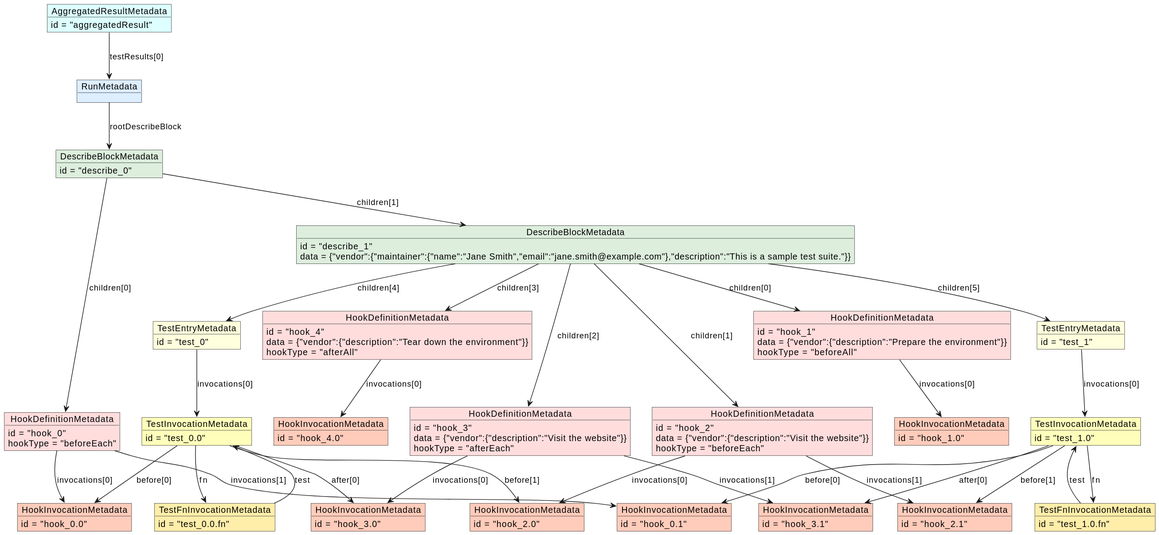
Earlier version of the PlantUML export docs/images/diagram.svg (wix-incubator/jest-metadata). The source it was exported from:
```plantuml
@startuml
object "AggregatedResultMetadata" as aggregated_result #dff
aggregated_result : id = "aggregatedResult"
object "RunMetadata" as tests_hook_nesting_js #def
object "DescribeBlockMetadata" as tests_hook_nesting_js_describe_0 #ded
tests_hook_nesting_js_describe_0 : id = "describe_0"
object "HookDefinitionMetadata" as tests_hook_nesting_js_hook_0 #fdd
tests_hook_nesting_js_hook_0 : id = "hook_0"
tests_hook_nesting_js_hook_0 : hookType = "beforeEach"
object "DescribeBlockMetadata" as tests_hook_nesting_js_describe_1 #ded
tests_hook_nesting_js_describe_1 : id = "describe_1"
tests_hook_nesting_js_describe_1 : data = {"vendor":{"maintainer":{"name":"Jane Smith","email":"jane.smith@example.com"},"description":"This is a sample test suite."}}
object "HookDefinitionMetadata" as tests_hook_nesting_js_hook_1 #fdd
tests_hook_nesting_js_hook_1 : id = "hook_1"
tests_hook_nesting_js_hook_1 : data = {"vendor":{"description":"Prepare the environment"}}
tests_hook_nesting_js_hook_1 : hookType = "beforeAll"
object "HookDefinitionMetadata" as tests_hook_nesting_js_hook_2 #fdd
tests_hook_nesting_js_hook_2 : id = "hook_2"
tests_hook_nesting_js_hook_2 : data = {"vendor":{"description":"Visit the website"}}
tests_hook_nesting_js_hook_2 : hookType = "beforeEach"
object "HookDefinitionMetadata" as tests_hook_nesting_js_hook_3 #fdd
tests_hook_nesting_js_hook_3 : id = "hook_3"
tests_hook_nesting_js_hook_3 : data = {"vendor":{"description":"Visit the website"}}
tests_hook_nesting_js_hook_3 : hookType = "afterEach"
object "HookDefinitionMetadata" as tests_hook_nesting_js_hook_4 #fdd
tests_hook_nesting_js_hook_4 : id = "hook_4"
tests_hook_nesting_js_hook_4 : data = {"vendor":{"description":"Tear down the environment"}}
tests_hook_nesting_js_hook_4 : hookType = "afterAll"
object "TestEntryMetadata" as tests_hook_nesting_js_test_0 #ffd
tests_hook_nesting_js_test_0 : id = "test_0"
object "TestEntryMetadata" as tests_hook_nesting_js_test_1 #ffd
tests_hook_nesting_js_test_1 : id = "test_1"
object "HookInvocationMetadata" as tests_hook_nesting_js_hook_1_0 #fcb
tests_hook_nesting_js_hook_1_0 : id = "hook_1.0"
object "TestInvocationMetadata" as tests_hook_nesting_js_test_0_0 #ffb
tests_hook_nesting_js_test_0_0 : id = "test_0.0"
object "HookInvocationMetadata" as tests_hook_nesting_js_hook_0_0 #fcb
tests_hook_nesting_js_hook_0_0 : id = "hook_0.0"
object "HookInvocationMetadata" as tests_hook_nesting_js_hook_2_0 #fcb
tests_hook_nesting_js_hook_2_0 : id = "hook_2.0"
object "TestFnInvocationMetadata" as tests_hook_nesting_js_test_0_0_fn #fea
tests_hook_nesting_js_test_0_0_fn : id = "test_0.0.fn"
object "HookInvocationMetadata" as tests_hook_nesting_js_hook_3_0 #fcb
tests_hook_nesting_js_hook_3_0 : id = "hook_3.0"
object "TestInvocationMetadata" as tests_hook_nesting_js_test_1_0 #ffb
tests_hook_nesting_js_test_1_0 : id = "test_1.0"
object "HookInvocationMetadata" as tests_hook_nesting_js_hook_0_1 #fcb
tests_hook_nesting_js_hook_0_1 : id = "hook_0.1"
object "HookInvocationMetadata" as tests_hook_nesting_js_hook_2_1 #fcb
tests_hook_nesting_js_hook_2_1 : id = "hook_2.1"
object "TestFnInvocationMetadata" as tests_hook_nesting_js_test_1_0_fn #fea
tests_hook_nesting_js_test_1_0_fn : id = "test_1.0.fn"
object "HookInvocationMetadata" as tests_hook_nesting_js_hook_3_1 #fcb
tests_hook_nesting_js_hook_3_1 : id = "hook_3.1"
object "HookInvocationMetadata" as tests_hook_nesting_js_hook_4_0 #fcb
tests_hook_nesting_js_hook_4_0 : id = "hook_4.0"
aggregated_result --> tests_hook_nesting_js : testResults[0]
tests_hook_nesting_js --> tests_hook_nesting_js_describe_0 : rootDescribeBlock
tests_hook_nesting_js_describe_0 --> tests_hook_nesting_js_hook_0 : children[0]
tests_hook_nesting_js_describe_0 --> tests_hook_nesting_js_describe_1 : children[1]
tests_hook_nesting_js_hook_0 --> tests_hook_nesting_js_hook_0_0 : invocations[0]
tests_hook_nesting_js_hook_0 --> tests_hook_nesting_js_hook_0_1 : invocations[1]
tests_hook_nesting_js_describe_1 --> tests_hook_nesting_js_hook_1 : children[0]
tests_hook_nesting_js_describe_1 --> tests_hook_nesting_js_hook_2 : children[1]
tests_hook_nesting_js_describe_1 --> tests_hook_nesting_js_hook_3 : children[2]
tests_hook_nesting_js_describe_1 --> tests_hook_nesting_js_hook_4 : children[3]
tests_hook_nesting_js_describe_1 --> tests_hook_nesting_js_test_0 : children[4]
tests_hook_nesting_js_describe_1 --> tests_hook_nesting_js_test_1 : children[5]
tests_hook_nesting_js_hook_1 --> tests_hook_nesting_js_hook_1_0 : invocations[0]
tests_hook_nesting_js_hook_2 --> tests_hook_nesting_js_hook_2_0 : invocations[0]
tests_hook_nesting_js_hook_2 --> tests_hook_nesting_js_hook_2_1 : invocations[1]
tests_hook_nesting_js_hook_3 --> tests_hook_nesting_js_hook_3_0 : invocations[0]
tests_hook_nesting_js_hook_3 --> tests_hook_nesting_js_hook_3_1 : invocations[1]
tests_hook_nesting_js_hook_4 --> tests_hook_nesting_js_hook_4_0 : invocations[0]
tests_hook_nesting_js_test_0 --> tests_hook_nesting_js_test_0_0 : invocations[0]
tests_hook_nesting_js_test_1 --> tests_hook_nesting_js_test_1_0 : invocations[0]
tests_hook_nesting_js_test_0_0 --> tests_hook_nesting_js_hook_0_0 : before[0]
tests_hook_nesting_js_test_0_0 --> tests_hook_nesting_js_hook_2_0 : before[1]
tests_hook_nesting_js_test_0_0 --> tests_hook_nesting_js_test_0_0_fn : fn
tests_hook_nesting_js_test_0_0 --> tests_hook_nesting_js_hook_3_0 : after[0]
tests_hook_nesting_js_test_0_0_fn --> tests_hook_nesting_js_test_0_0 : test
tests_hook_nesting_js_test_1_0 --> tests_hook_nesting_js_hook_0_1 : before[0]
tests_hook_nesting_js_test_1_0 --> tests_hook_nesting_js_hook_2_1 : before[1]
tests_hook_nesting_js_test_1_0 --> tests_hook_nesting_js_test_1_0_fn : fn
tests_hook_nesting_js_test_1_0 --> tests_hook_nesting_js_hook_3_1 : after[0]
tests_hook_nesting_js_test_1_0_fn --> tests_hook_nesting_js_test_1_0 : test
@enduml
```
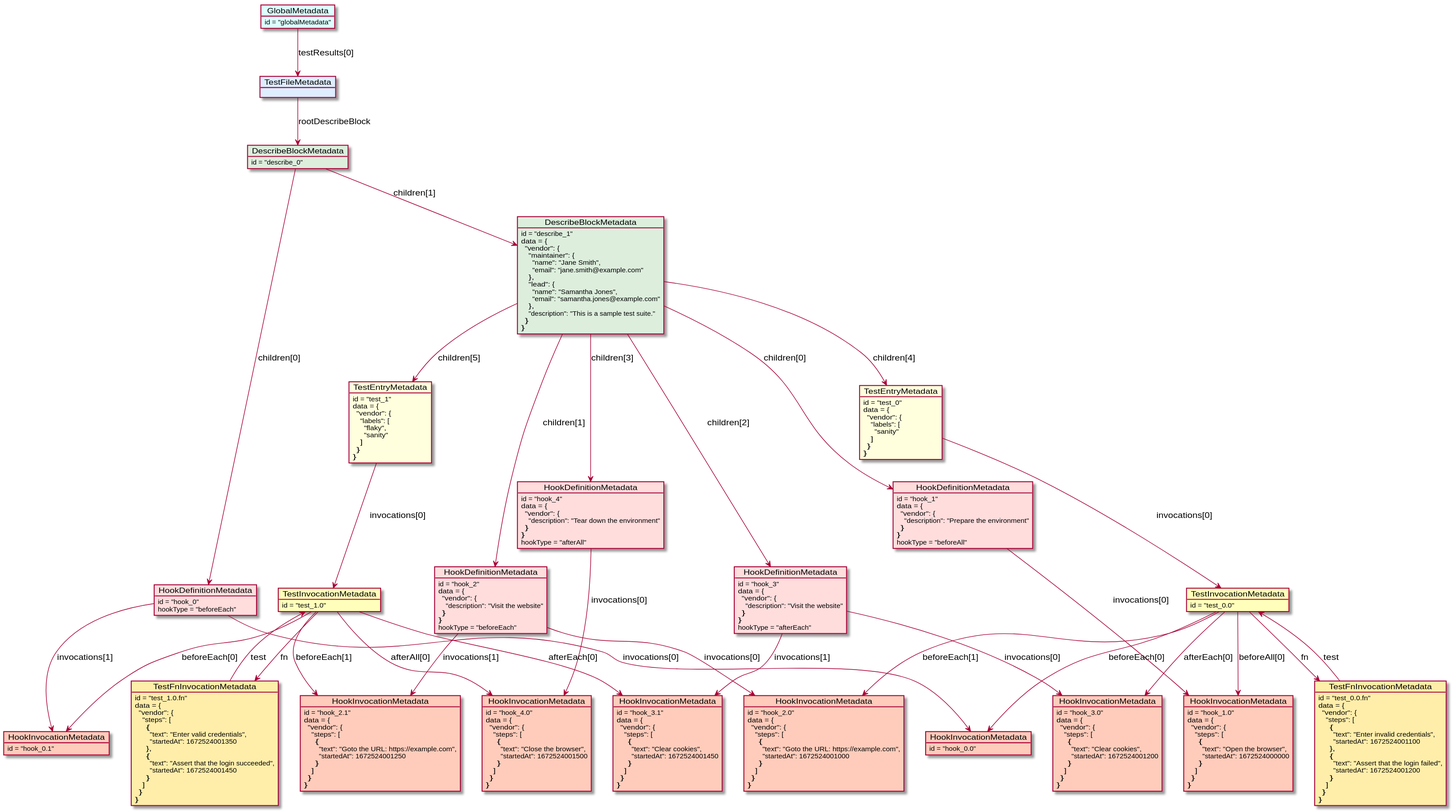
Later version of the same file.

The edit, as a diff of the source:
```diff
@@ -1,7 +1,8 @@
 @startuml
-object "AggregatedResultMetadata" as aggregated_result #dff
-aggregated_result : id = "aggregatedResult"
-object "RunMetadata" as tests_hook_nesting_js #def
+
+object "GlobalMetadata" as global_metadata #dff
+global_metadata : id = "globalMetadata"
+object "TestFileMetadata" as tests_hook_nesting_js #def
 object "DescribeBlockMetadata" as tests_hook_nesting_js_describe_0 #ded
 tests_hook_nesting_js_describe_0 : id = "describe_0"
 object "HookDefinitionMetadata" as tests_hook_nesting_js_hook_0 #fdd
@@ -9,52 +10,62 @@
 tests_hook_nesting_js_hook_0 : hookType = "beforeEach"
 object "DescribeBlockMetadata" as tests_hook_nesting_js_describe_1 #ded
 tests_hook_nesting_js_describe_1 : id = "describe_1"
-tests_hook_nesting_js_describe_1 : data = {"vendor":{"maintainer":{"name":"Jane Smith","email":"jane.smith@example.com"},"description":"This is a sample test suite."}}
+tests_hook_nesting_js_describe_1 : data = {\n  "vendor": {\n    "maintainer": {\n      "name": "Jane Smith",\n      "email": "jane.smith@example.com"\n    },\n    "lead": {\n      "name": "Samantha Jones",\n      "email": "samantha.jones@example.com"\n    },\n    "description": "This is a sample test suite."\n  }\n}
 object "HookDefinitionMetadata" as tests_hook_nesting_js_hook_1 #fdd
 tests_hook_nesting_js_hook_1 : id = "hook_1"
-tests_hook_nesting_js_hook_1 : data = {"vendor":{"description":"Prepare the environment"}}
+tests_hook_nesting_js_hook_1 : data = {\n  "vendor": {\n    "description": "Prepare the environment"\n  }\n}
 tests_hook_nesting_js_hook_1 : hookType = "beforeAll"
 object "HookDefinitionMetadata" as tests_hook_nesting_js_hook_2 #fdd
 tests_hook_nesting_js_hook_2 : id = "hook_2"
-tests_hook_nesting_js_hook_2 : data = {"vendor":{"description":"Visit the website"}}
+tests_hook_nesting_js_hook_2 : data = {\n  "vendor": {\n    "description": "Visit the website"\n  }\n}
 tests_hook_nesting_js_hook_2 : hookType = "beforeEach"
 object "HookDefinitionMetadata" as tests_hook_nesting_js_hook_3 #fdd
 tests_hook_nesting_js_hook_3 : id = "hook_3"
-tests_hook_nesting_js_hook_3 : data = {"vendor":{"description":"Visit the website"}}
+tests_hook_nesting_js_hook_3 : data = {\n  "vendor": {\n    "description": "Visit the website"\n  }\n}
 tests_hook_nesting_js_hook_3 : hookType = "afterEach"
 object "HookDefinitionMetadata" as tests_hook_nesting_js_hook_4 #fdd
 tests_hook_nesting_js_hook_4 : id = "hook_4"
-tests_hook_nesting_js_hook_4 : data = {"vendor":{"description":"Tear down the environment"}}
+tests_hook_nesting_js_hook_4 : data = {\n  "vendor": {\n    "description": "Tear down the environment"\n  }\n}
 tests_hook_nesting_js_hook_4 : hookType = "afterAll"
 object "TestEntryMetadata" as tests_hook_nesting_js_test_0 #ffd
 tests_hook_nesting_js_test_0 : id = "test_0"
+tests_hook_nesting_js_test_0 : data = {\n  "vendor": {\n    "labels": [\n      "sanity"\n    ]\n  }\n}
 object "TestEntryMetadata" as tests_hook_nesting_js_test_1 #ffd
 tests_hook_nesting_js_test_1 : id = "test_1"
+tests_hook_nesting_js_test_1 : data = {\n  "vendor": {\n    "labels": [\n      "flaky",\n      "sanity"\n    ]\n  }\n}
 object "HookInvocationMetadata" as tests_hook_nesting_js_hook_1_0 #fcb
 tests_hook_nesting_js_hook_1_0 : id = "hook_1.0"
+tests_hook_nesting_js_hook_1_0 : data = {\n  "vendor": {\n    "steps": [\n      {\n        "text": "Open the browser",\n        "startedAt": 1672524000000\n      }\n    ]\n  }\n}
 object "TestInvocationMetadata" as tests_hook_nesting_js_test_0_0 #ffb
 tests_hook_nesting_js_test_0_0 : id = "test_0.0"
 object "HookInvocationMetadata" as tests_hook_nesting_js_hook_0_0 #fcb
 tests_hook_nesting_js_hook_0_0 : id = "hook_0.0"
 object "HookInvocationMetadata" as tests_hook_nesting_js_hook_2_0 #fcb
 tests_hook_nesting_js_hook_2_0 : id = "hook_2.0"
+tests_hook_nesting_js_hook_2_0 : data = {\n  "vendor": {\n    "steps": [\n      {\n        "text": "Goto the URL: https://example.com",\n        "startedAt": 1672524001000\n      }\n    ]\n  }\n}
 object "TestFnInvocationMetadata" as tests_hook_nesting_js_test_0_0_fn #fea
 tests_hook_nesting_js_test_0_0_fn : id = "test_0.0.fn"
+tests_hook_nesting_js_test_0_0_fn : data = {\n  "vendor": {\n    "steps": [\n      {\n        "text": "Enter invalid credentials",\n        "startedAt": 1672524001100\n      },\n      {\n        "text": "Assert that the login failed",\n        "startedAt": 1672524001200\n      }\n    ]\n  }\n}
 object "HookInvocationMetadata" as tests_hook_nesting_js_hook_3_0 #fcb
 tests_hook_nesting_js_hook_3_0 : id = "hook_3.0"
+tests_hook_nesting_js_hook_3_0 : data = {\n  "vendor": {\n    "steps": [\n      {\n        "text": "Clear cookies",\n        "startedAt": 1672524001200\n      }\n    ]\n  }\n}
 object "TestInvocationMetadata" as tests_hook_nesting_js_test_1_0 #ffb
 tests_hook_nesting_js_test_1_0 : id = "test_1.0"
 object "HookInvocationMetadata" as tests_hook_nesting_js_hook_0_1 #fcb
 tests_hook_nesting_js_hook_0_1 : id = "hook_0.1"
 object "HookInvocationMetadata" as tests_hook_nesting_js_hook_2_1 #fcb
 tests_hook_nesting_js_hook_2_1 : id = "hook_2.1"
+tests_hook_nesting_js_hook_2_1 : data = {\n  "vendor": {\n    "steps": [\n      {\n        "text": "Goto the URL: https://example.com",\n        "startedAt": 1672524001250\n      }\n    ]\n  }\n}
 object "TestFnInvocationMetadata" as tests_hook_nesting_js_test_1_0_fn #fea
 tests_hook_nesting_js_test_1_0_fn : id = "test_1.0.fn"
+tests_hook_nesting_js_test_1_0_fn : data = {\n  "vendor": {\n    "steps": [\n      {\n        "text": "Enter valid credentials",\n        "startedAt": 1672524001350\n      },\n      {\n        "text": "Assert that the login succeeded",\n        "startedAt": 1672524001450\n      }\n    ]\n  }\n}
 object "HookInvocationMetadata" as tests_hook_nesting_js_hook_3_1 #fcb
 tests_hook_nesting_js_hook_3_1 : id = "hook_3.1"
+tests_hook_nesting_js_hook_3_1 : data = {\n  "vendor": {\n    "steps": [\n      {\n        "text": "Clear cookies",\n        "startedAt": 1672524001450\n      }\n    ]\n  }\n}
 object "HookInvocationMetadata" as tests_hook_nesting_js_hook_4_0 #fcb
 tests_hook_nesting_js_hook_4_0 : id = "hook_4.0"
-aggregated_result --> tests_hook_nesting_js : testResults[0]
+tests_hook_nesting_js_hook_4_0 : data = {\n  "vendor": {\n    "steps": [\n      {\n        "text": "Close the browser",\n        "startedAt": 1672524001500\n      }\n    ]\n  }\n}
+global_metadata --> tests_hook_nesting_js : testResults[0]
 tests_hook_nesting_js --> tests_hook_nesting_js_describe_0 : rootDescribeBlock
 tests_hook_nesting_js_describe_0 --> tests_hook_nesting_js_hook_0 : children[0]
 tests_hook_nesting_js_describe_0 --> tests_hook_nesting_js_describe_1 : children[1]
@@ -74,14 +85,17 @@
 tests_hook_nesting_js_hook_4 --> tests_hook_nesting_js_hook_4_0 : invocations[0]
 tests_hook_nesting_js_test_0 --> tests_hook_nesting_js_test_0_0 : invocations[0]
 tests_hook_nesting_js_test_1 --> tests_hook_nesting_js_test_1_0 : invocations[0]
-tests_hook_nesting_js_test_0_0 --> tests_hook_nesting_js_hook_0_0 : before[0]
-tests_hook_nesting_js_test_0_0 --> tests_hook_nesting_js_hook_2_0 : before[1]
+tests_hook_nesting_js_test_0_0 --> tests_hook_nesting_js_hook_1_0 : beforeAll[0]
+tests_hook_nesting_js_test_0_0 --> tests_hook_nesting_js_hook_0_0 : beforeEach[0]
+tests_hook_nesting_js_test_0_0 --> tests_hook_nesting_js_hook_2_0 : beforeEach[1]
 tests_hook_nesting_js_test_0_0 --> tests_hook_nesting_js_test_0_0_fn : fn
-tests_hook_nesting_js_test_0_0 --> tests_hook_nesting_js_hook_3_0 : after[0]
+tests_hook_nesting_js_test_0_0 --> tests_hook_nesting_js_hook_3_0 : afterEach[0]
 tests_hook_nesting_js_test_0_0_fn --> tests_hook_nesting_js_test_0_0 : test
-tests_hook_nesting_js_test_1_0 --> tests_hook_nesting_js_hook_0_1 : before[0]
-tests_hook_nesting_js_test_1_0 --> tests_hook_nesting_js_hook_2_1 : before[1]
+tests_hook_nesting_js_test_1_0 --> tests_hook_nesting_js_hook_0_1 : beforeEach[0]
+tests_hook_nesting_js_test_1_0 --> tests_hook_nesting_js_hook_2_1 : beforeEach[1]
 tests_hook_nesting_js_test_1_0 --> tests_hook_nesting_js_test_1_0_fn : fn
-tests_hook_nesting_js_test_1_0 --> tests_hook_nesting_js_hook_3_1 : after[0]
+tests_hook_nesting_js_test_1_0 --> tests_hook_nesting_js_hook_3_1 : afterEach[0]
+tests_hook_nesting_js_test_1_0 --> tests_hook_nesting_js_hook_4_0 : afterAll[0]
 tests_hook_nesting_js_test_1_0_fn --> tests_hook_nesting_js_test_1_0 : test
+
 @enduml
```
